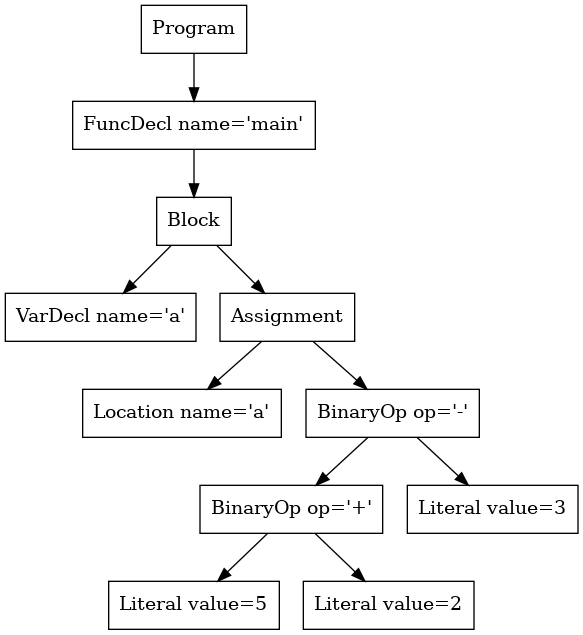
The Graphviz diagram p2-parser/tree.png in dada1802/cs432-project, before a commit. Its source is kept beside it as p2-parser/tree.dot.
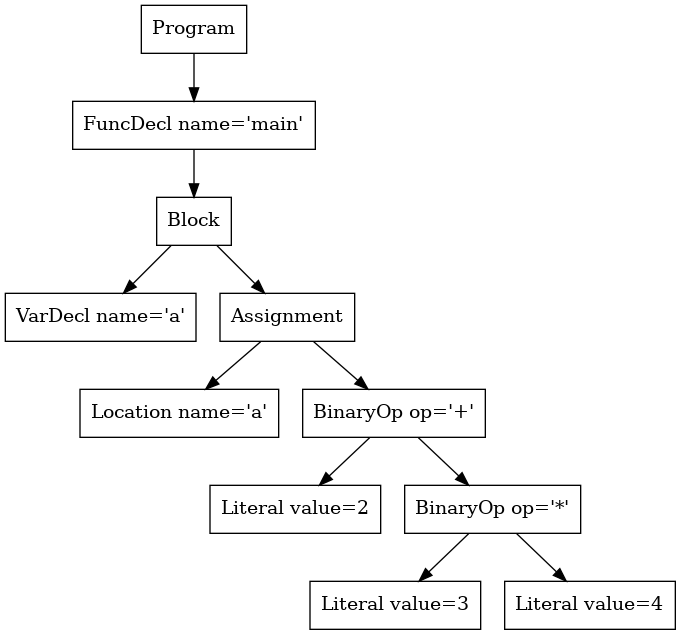
After the change.

Change to the diagram source:
```diff
@@ -1,15 +1,15 @@
 digraph AST {
 3 [shape=box, label="VarDecl name='a'"];
 5 [shape=box, label="Location name='a'"];
-8 [shape=box, label="Literal value=5"];
-9 [shape=box, label="Literal value=2"];
-7 [shape=box, label="BinaryOp op='+'"];
-7 -> 8;
-7 -> 9;
-10 [shape=box, label="Literal value=3"];
-6 [shape=box, label="BinaryOp op='-'"];
+7 [shape=box, label="Literal value=2"];
+9 [shape=box, label="Literal value=3"];
+10 [shape=box, label="Literal value=4"];
+8 [shape=box, label="BinaryOp op='*'"];
+8 -> 9;
+8 -> 10;
+6 [shape=box, label="BinaryOp op='+'"];
 6 -> 7;
-6 -> 10;
+6 -> 8;
 4 [shape=box, label="Assignment"];
 4 -> 5;
 4 -> 6;
```
